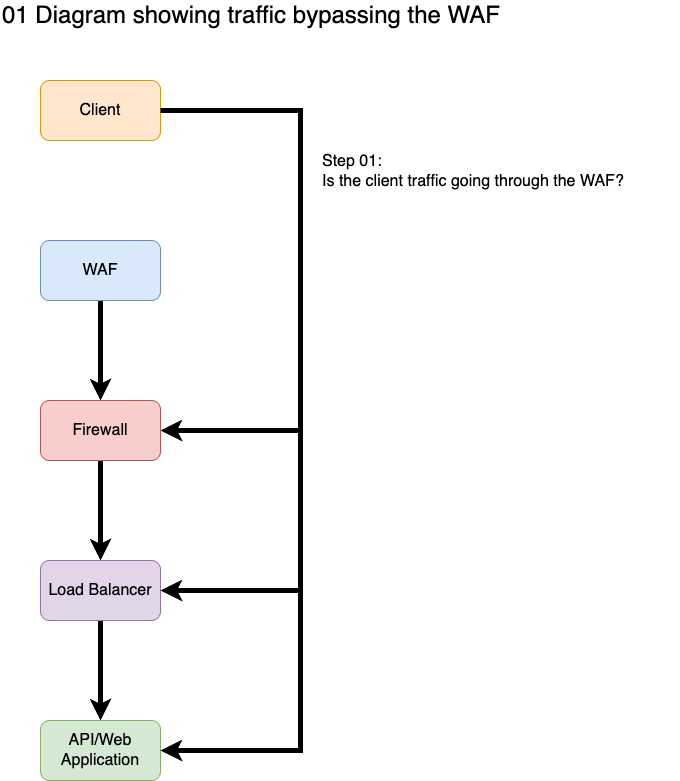
Above: diagrams/01-client-bypass-flow.png in blainekwilson/waf-troubleshooting-playbook (draw.io), before the change. Source tidied: cells renumbered, new cells last; positions are measured from the earlier drawing's top-left corner, leaving out a move shared by most shapes. The source it was exported from:
```xml
<mxGraphModel background="#ffffff">
  <root>
    <mxCell id="0" />
    <mxCell id="1" parent="0" />
    <mxCell id="2" style="edgeStyle=none;html=1;entryX=1;entryY=0.5;entryDx=0;entryDy=0;rounded=0;curved=0;exitX=1;exitY=0.5;exitDx=0;exitDy=0;strokeWidth=5;" parent="1" edge="1" source="4" target="8">
      <mxGeometry relative="1" as="geometry">
        <Array as="points">
          <mxPoint x="300" y="110" />
          <mxPoint x="300" y="250" />
          <mxPoint x="300" y="430" />
        </Array>
      </mxGeometry>
    </mxCell>
    <mxCell id="3" value="&lt;div&gt;&lt;font color=&quot;#000000&quot;&gt;Step 01:&lt;/font&gt;&lt;/div&gt;&lt;div&gt;&lt;font color=&quot;#000000&quot;&gt;Is the client traffic going through the WAF?&lt;/font&gt;&lt;/div&gt;" style="edgeLabel;html=1;align=left;verticalAlign=middle;fontSize=16;" parent="2" vertex="1">
      <mxGeometry x="-0.11" y="-1" relative="1" as="geometry">
        <mxPoint x="21" y="-68" as="offset" />
      </mxGeometry>
    </mxCell>
    <mxCell id="4" value="Client" style="rounded=1;whiteSpace=wrap;html=1;fillColor=#ffe6cc;strokeColor=#d79b00;fontSize=16;" parent="1" vertex="1">
      <mxGeometry x="40" y="80" width="120" height="60" as="geometry" />
    </mxCell>
    <mxCell id="5" style="edgeStyle=none;html=1;fontSize=16;strokeWidth=5;" parent="1" edge="1" source="6" target="8">
      <mxGeometry relative="1" as="geometry" />
    </mxCell>
    <mxCell id="6" value="WAF" style="rounded=1;whiteSpace=wrap;html=1;fillColor=#dae8fc;strokeColor=#6c8ebf;fontSize=16;" parent="1" vertex="1">
      <mxGeometry x="40" y="240" width="120" height="60" as="geometry" />
    </mxCell>
    <mxCell id="7" style="edgeStyle=none;html=1;fontSize=16;strokeWidth=5;" parent="1" edge="1" source="8" target="10">
      <mxGeometry relative="1" as="geometry" />
    </mxCell>
    <mxCell id="8" value="Firewall" style="rounded=1;whiteSpace=wrap;html=1;fillColor=#f8cecc;strokeColor=#b85450;fontSize=16;" parent="1" vertex="1">
      <mxGeometry x="40" y="400" width="120" height="60" as="geometry" />
    </mxCell>
    <mxCell id="9" style="edgeStyle=none;html=1;fontSize=16;strokeWidth=5;" parent="1" edge="1" source="10" target="11">
      <mxGeometry relative="1" as="geometry" />
    </mxCell>
    <mxCell id="10" value="Load Balancer" style="rounded=1;whiteSpace=wrap;html=1;fillColor=#e1d5e7;strokeColor=#9673a6;fontSize=16;" parent="1" vertex="1">
      <mxGeometry x="40" y="560" width="120" height="60" as="geometry" />
    </mxCell>
    <mxCell id="11" value="API/Web Application" style="rounded=1;whiteSpace=wrap;html=1;fillColor=#d5e8d4;strokeColor=#82b366;fontSize=16;" parent="1" vertex="1">
      <mxGeometry x="40" y="720" width="120" height="60" as="geometry" />
    </mxCell>
    <mxCell id="12" value="01 Diagram showing traffic bypassing the WAF&lt;span style=&quot;color: rgb(63, 63, 63); background-color: transparent;&quot;&gt;&amp;nbsp;&lt;/span&gt;" style="text;html=1;align=left;verticalAlign=middle;whiteSpace=wrap;rounded=0;fontSize=24;" parent="1" vertex="1">
      <mxGeometry width="680" height="30" as="geometry" />
    </mxCell>
    <mxCell id="13" style="edgeStyle=none;html=1;entryX=1;entryY=0.5;entryDx=0;entryDy=0;rounded=0;curved=0;exitX=1;exitY=0.5;exitDx=0;exitDy=0;strokeWidth=5;" parent="1" edge="1" source="4" target="10">
      <mxGeometry relative="1" as="geometry">
        <Array as="points">
          <mxPoint x="300" y="110" />
          <mxPoint x="300" y="590" />
        </Array>
      </mxGeometry>
    </mxCell>
    <mxCell id="14" style="edgeStyle=none;html=1;entryX=1;entryY=0.5;entryDx=0;entryDy=0;rounded=0;curved=0;exitX=1;exitY=0.5;exitDx=0;exitDy=0;strokeWidth=5;" parent="1" edge="1" source="4" target="11">
      <mxGeometry relative="1" as="geometry">
        <Array as="points">
          <mxPoint x="300" y="110" />
          <mxPoint x="300" y="750" />
        </Array>
      </mxGeometry>
    </mxCell>
  </root>
</mxGraphModel>
```
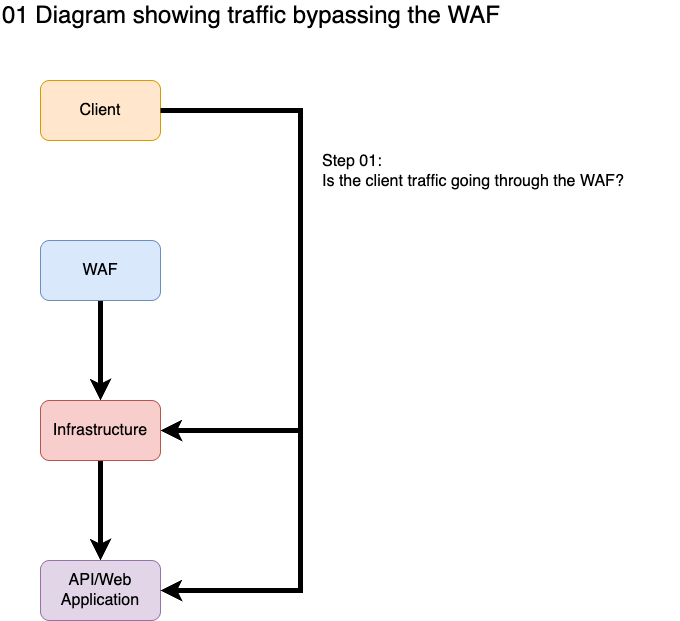
The same diagram one commit later.

Diff of the diagram source:
```diff
@@ -28,18 +28,12 @@
     <mxCell id="7" style="edgeStyle=none;html=1;fontSize=16;strokeWidth=5;" parent="1" edge="1" source="8" target="10">
       <mxGeometry relative="1" as="geometry" />
     </mxCell>
-    <mxCell id="8" value="Firewall" style="rounded=1;whiteSpace=wrap;html=1;fillColor=#f8cecc;strokeColor=#b85450;fontSize=16;" parent="1" vertex="1">
+    <mxCell id="8" value="Infrastructure" style="rounded=1;whiteSpace=wrap;html=1;fillColor=#f8cecc;strokeColor=#b85450;fontSize=16;" parent="1" vertex="1">
       <mxGeometry x="40" y="400" width="120" height="60" as="geometry" />
     </mxCell>
-    <mxCell id="9" style="edgeStyle=none;html=1;fontSize=16;strokeWidth=5;" parent="1" edge="1" source="10" target="11">
-      <mxGeometry relative="1" as="geometry" />
-    </mxCell>
-    <mxCell id="10" value="Load Balancer" style="rounded=1;whiteSpace=wrap;html=1;fillColor=#e1d5e7;strokeColor=#9673a6;fontSize=16;" parent="1" vertex="1">
+    <mxCell id="10" value="&lt;span style=&quot;color: rgb(0, 0, 0);&quot;&gt;API/Web Application&lt;/span&gt;" style="rounded=1;whiteSpace=wrap;html=1;fillColor=#e1d5e7;strokeColor=#9673a6;fontSize=16;" parent="1" vertex="1">
       <mxGeometry x="40" y="560" width="120" height="60" as="geometry" />
     </mxCell>
-    <mxCell id="11" value="API/Web Application" style="rounded=1;whiteSpace=wrap;html=1;fillColor=#d5e8d4;strokeColor=#82b366;fontSize=16;" parent="1" vertex="1">
-      <mxGeometry x="40" y="720" width="120" height="60" as="geometry" />
-    </mxCell>
     <mxCell id="12" value="01 Diagram showing traffic bypassing the WAF&lt;span style=&quot;color: rgb(63, 63, 63); background-color: transparent;&quot;&gt;&amp;nbsp;&lt;/span&gt;" style="text;html=1;align=left;verticalAlign=middle;whiteSpace=wrap;rounded=0;fontSize=24;" parent="1" vertex="1">
       <mxGeometry width="680" height="30" as="geometry" />
     </mxCell>
@@ -51,13 +45,5 @@
         </Array>
       </mxGeometry>
     </mxCell>
-    <mxCell id="14" style="edgeStyle=none;html=1;entryX=1;entryY=0.5;entryDx=0;entryDy=0;rounded=0;curved=0;exitX=1;exitY=0.5;exitDx=0;exitDy=0;strokeWidth=5;" parent="1" edge="1" source="4" target="11">
-      <mxGeometry relative="1" as="geometry">
-        <Array as="points">
-          <mxPoint x="300" y="110" />
-          <mxPoint x="300" y="750" />
-        </Array>
-      </mxGeometry>
-    </mxCell>
   </root>
 </mxGraphModel>
```
